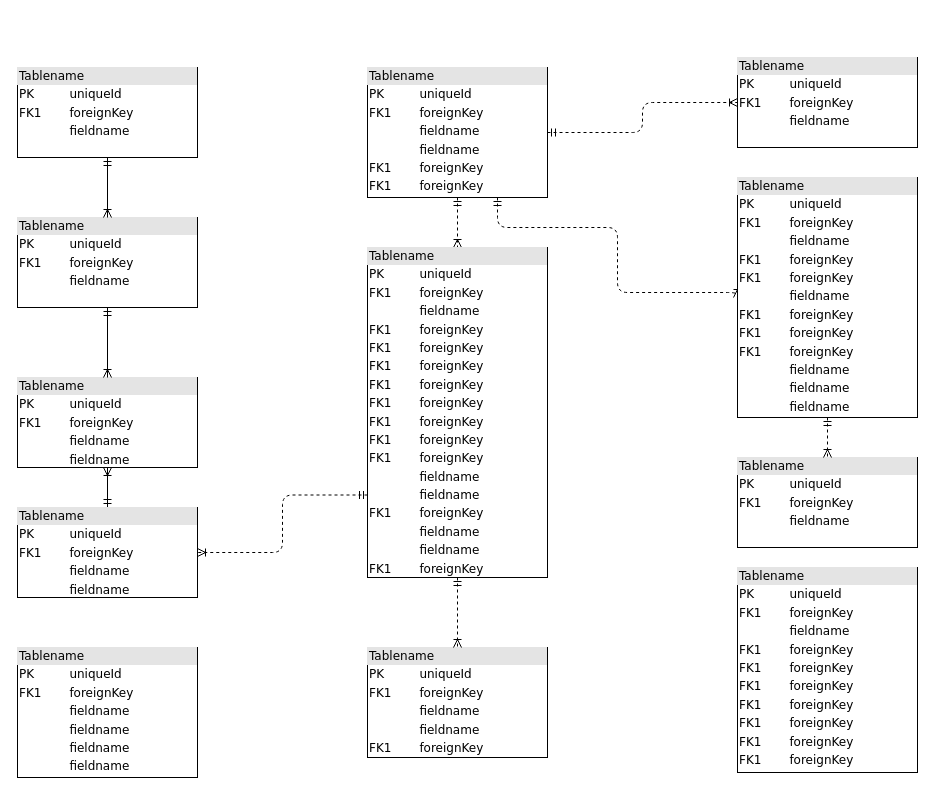
Before: Diagramas/dbcif.drawio in Esteban528/diagramas, a draw.io diagram. Source tidied: cells renumbered, new cells numbered last; positions are measured from the earlier drawing's top-left corner, leaving out a move shared by most shapes. Both pictures are drawn from the tidied source at 100%, with x=0, y=0 at pixel (17, 57).
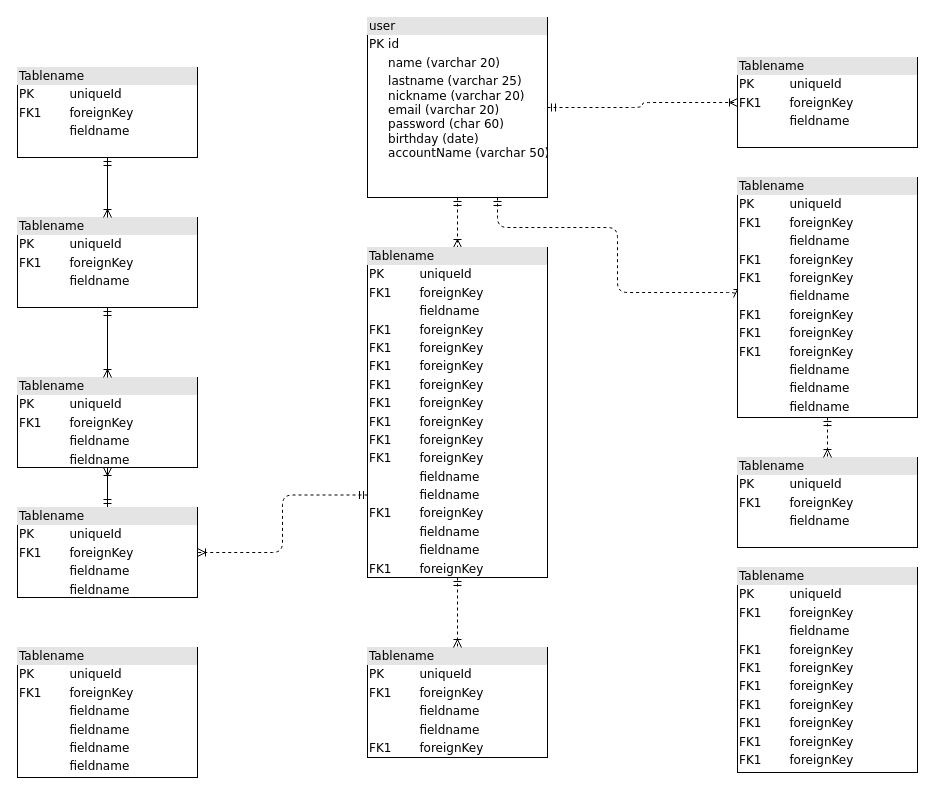
The same page after the edit.

The edit, as a diff of the source:
```diff
@@
-    <mxCell id="6" value="&lt;div style=&quot;box-sizing: border-box ; width: 100% ; background: #e4e4e4 ; padding: 2px&quot;&gt;Tablename&lt;/div&gt;&lt;table style=&quot;width: 100% ; font-size: 1em&quot; cellpadding=&quot;2&quot; cellspacing=&quot;0&quot;&gt;&lt;tbody&gt;&lt;tr&gt;&lt;td&gt;PK&lt;/td&gt;&lt;td&gt;uniqueId&lt;/td&gt;&lt;/tr&gt;&lt;tr&gt;&lt;td&gt;FK1&lt;/td&gt;&lt;td&gt;foreignKey&lt;/td&gt;&lt;/tr&gt;&lt;tr&gt;&lt;td&gt;&lt;/td&gt;&lt;td&gt;fieldname&lt;/td&gt;&lt;/tr&gt;&lt;tr&gt;&lt;td&gt;&lt;br&gt;&lt;/td&gt;&lt;td&gt;fieldname&lt;br&gt;&lt;/td&gt;&lt;/tr&gt;&lt;tr&gt;&lt;td&gt;FK1&lt;br&gt;&lt;/td&gt;&lt;td&gt;foreignKey&lt;br&gt;&lt;/td&gt;&lt;/tr&gt;&lt;tr&gt;&lt;td&gt;FK1&lt;br&gt;&lt;/td&gt;&lt;td&gt;foreignKey&lt;br&gt;&lt;/td&gt;&lt;/tr&gt;&lt;/tbody&gt;&lt;/table&gt;" style="verticalAlign=top;align=left;overflow=fill;html=1;rounded=0;shadow=0;comic=0;labelBackgroundColor=none;strokeWidth=1;fontFamily=Verdana;fontSize=12;" parent="1" vertex="1">
-      <mxGeometry x="350" y="10" width="180" height="130" as="geometry" />
+    <mxCell id="6" value="&lt;div style=&quot;box-sizing: border-box ; width: 100% ; background: #e4e4e4 ; padding: 2px&quot;&gt;user&lt;/div&gt;&lt;table style=&quot;width: 100% ; font-size: 1em&quot; cellpadding=&quot;2&quot; cellspacing=&quot;0&quot;&gt;&lt;tbody&gt;&lt;tr&gt;&lt;td&gt;PK&lt;/td&gt;&lt;td&gt;id&lt;/td&gt;&lt;/tr&gt;&lt;tr&gt;&lt;td&gt;&lt;br&gt;&lt;/td&gt;&lt;td&gt;name (varchar 20)&lt;/td&gt;&lt;/tr&gt;&lt;tr&gt;&lt;td&gt;&lt;br&gt;&lt;/td&gt;&lt;td&gt;lastname (varchar 25)&lt;br&gt;nickname (varchar 20)&lt;br&gt;email (varchar 20)&lt;br&gt;password (char 60)&lt;br&gt;birthday (date)&lt;br&gt;accountName (varchar 50)&lt;br&gt;&lt;br&gt;&lt;/td&gt;&lt;/tr&gt;&lt;/tbody&gt;&lt;/table&gt;" style="verticalAlign=top;align=left;overflow=fill;html=1;rounded=0;shadow=0;comic=0;labelBackgroundColor=none;strokeWidth=1;fontFamily=Verdana;fontSize=12;" parent="1" vertex="1">
+      <mxGeometry x="350" y="-40" width="180" height="180" as="geometry" />
     </mxCell>
```
